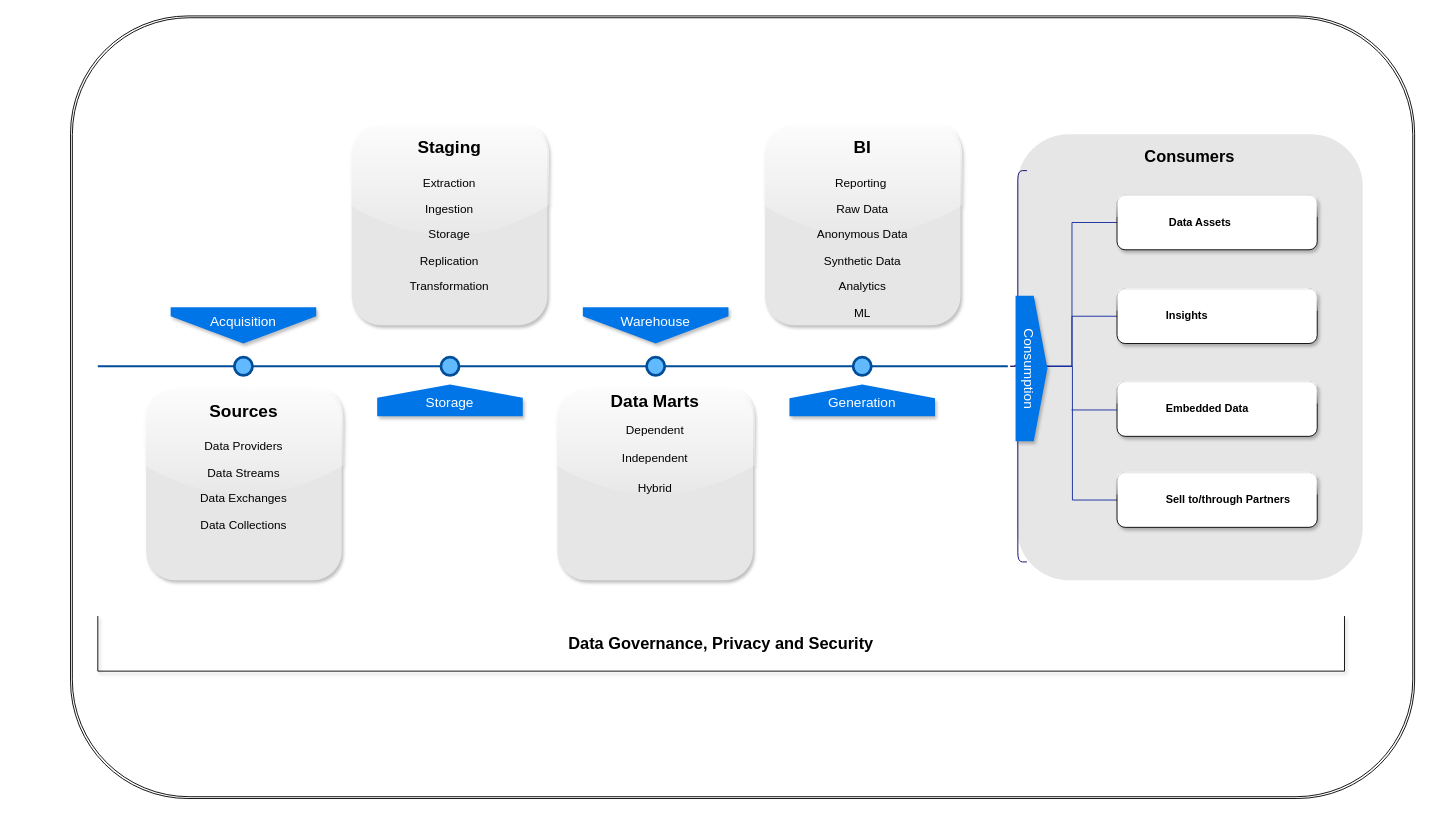
This is Untitled Diagram.drawio from axe360/datamonetisation, a draw.io file, before an edit. Source tidied: cells renumbered, new cells numbered last; positions are measured from the earlier drawing's top-left corner, leaving out a move shared by most shapes. Both pictures are drawn from the tidied source at 91%, with x=0, y=0 at pixel (70, 15).
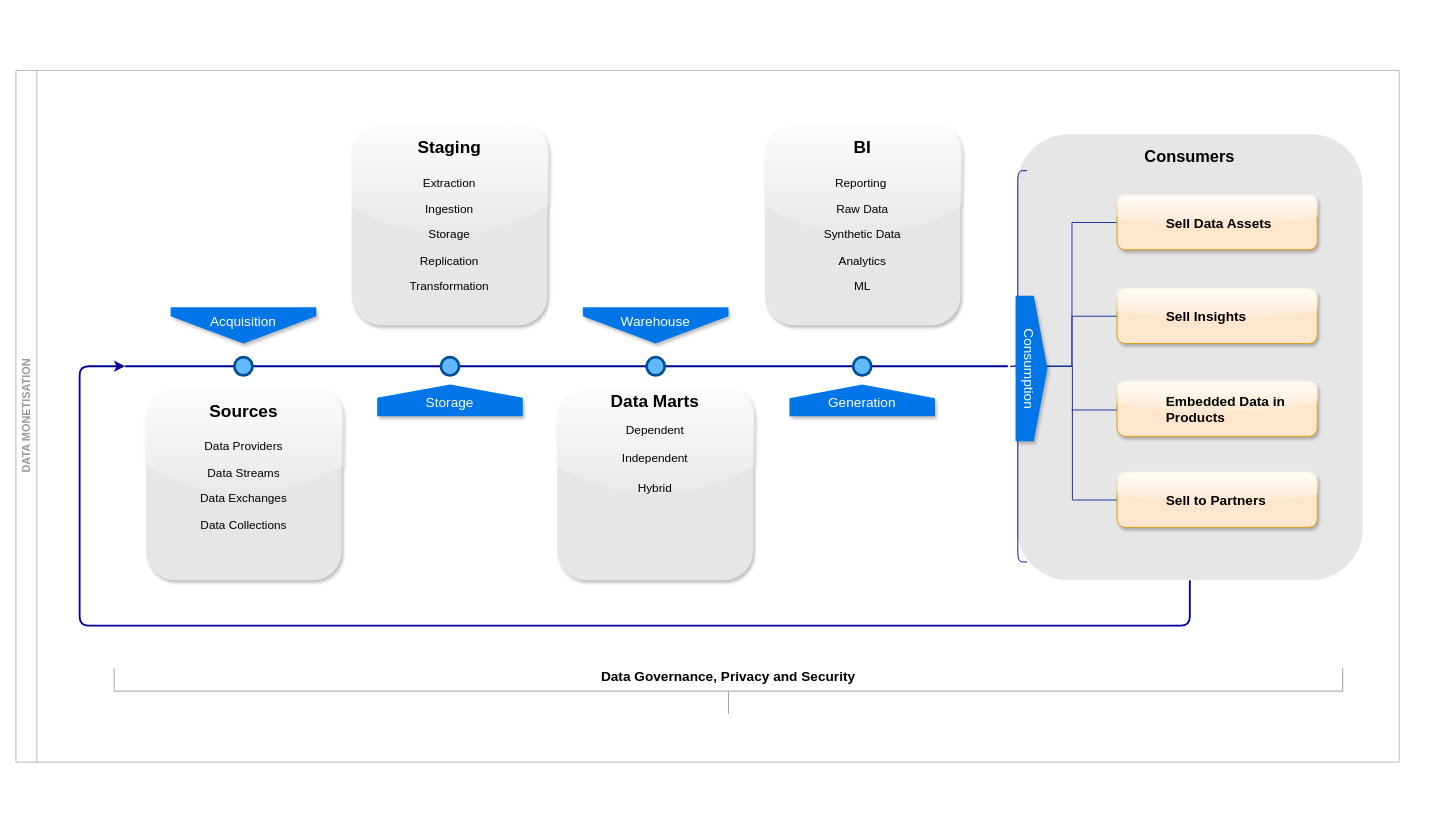
The same page after the edit.

Unchanged cells that the change refers to:
```xml
<mxCell id="3" value="&lt;h1&gt;&lt;font style=&quot;font-size: 18px;&quot;&gt;Consumers&lt;/font&gt;&lt;/h1&gt;" style="text;html=1;spacing=5;spacingTop=-20;whiteSpace=wrap;overflow=hidden;strokeColor=none;strokeWidth=3;fillColor=#E6E6E6;fontSize=13;fontColor=#000000;align=center;rounded=1;glass=0;shadow=0;" parent="1" vertex="1">
  <mxGeometry x="1040" y="130" width="380" height="490" as="geometry" />
</mxCell>
```

What changed in the source:
```diff
@@
-    <mxCell id="2" style="shape=ext;double=1;rounded=1;whiteSpace=wrap;html=1;" parent="1" vertex="1">
-      <mxGeometry width="1477" height="860" as="geometry" />
-    </mxCell>
+    <mxCell id="28" style="edgeStyle=orthogonalEdgeStyle;rounded=1;jettySize=auto;html=1;entryX=0;entryY=0.5;entryDx=0;entryDy=0;entryPerimeter=0;strokeWidth=2;strokeColor=#000099;" parent="1" edge="1" source="3" target="4">
+      <mxGeometry relative="1" as="geometry">
+        <Array as="points">
+          <mxPoint x="1230" y="670" />
+          <mxPoint x="10" y="670" />
+          <mxPoint x="10" y="385" />
+        </Array>
+      </mxGeometry>
+    </mxCell>
@@
-    <mxCell id="4" style="line;strokeWidth=2;html=1;fillColor=none;fontSize=28;fontColor=#004D99;strokeColor=#004D99;" parent="1" vertex="1">
-      <mxGeometry x="30" y="380" width="1000" height="10" as="geometry" />
+    <mxCell id="4" style="line;strokeWidth=2;html=1;fillColor=none;fontSize=28;fontColor=#004D99;strokeColor=#000099;" parent="1" vertex="1">
+      <mxGeometry x="60" y="380" width="970" height="10" as="geometry" />
     </mxCell>
@@
-    <mxCell id="16" value="&lt;h1&gt;&lt;font style=&quot;font-size: 19px;&quot;&gt;BI&lt;/font&gt;&lt;/h1&gt;&lt;p&gt;Reporting&amp;nbsp;&lt;/p&gt;&lt;p&gt;Raw Data&lt;/p&gt;&lt;p&gt;&lt;span style=&quot;background-color: initial;&quot;&gt;Anonymous Data&lt;/span&gt;&lt;/p&gt;&lt;p&gt;Synthetic Data&lt;/p&gt;&lt;p&gt;Analytics&lt;/p&gt;&lt;p&gt;ML&lt;/p&gt;" style="text;html=1;spacing=5;spacingTop=-20;whiteSpace=wrap;overflow=hidden;strokeColor=none;strokeWidth=3;fillColor=#E6E6E6;fontSize=13;fontColor=#000000;align=center;rounded=1;glass=1;shadow=1;" parent="1" vertex="1">
+    <mxCell id="16" value="&lt;h1&gt;&lt;font style=&quot;font-size: 19px;&quot;&gt;BI&lt;/font&gt;&lt;/h1&gt;&lt;p&gt;Reporting&amp;nbsp;&lt;/p&gt;&lt;p&gt;Raw Data&lt;/p&gt;&lt;p&gt;&lt;span style=&quot;background-color: initial;&quot;&gt;Synthetic Data&lt;/span&gt;&lt;br&gt;&lt;/p&gt;&lt;p&gt;Analytics&lt;/p&gt;&lt;p&gt;ML&lt;/p&gt;" style="text;html=1;spacing=5;spacingTop=-20;whiteSpace=wrap;overflow=hidden;strokeColor=none;strokeWidth=3;fillColor=#E6E6E6;fontSize=13;fontColor=#000000;align=center;rounded=1;glass=1;shadow=1;" parent="1" vertex="1">
       <mxGeometry x="763" y="120" width="215" height="220" as="geometry" />
     </mxCell>
@@
-    <mxCell id="18" value="&amp;nbsp;Data Assets" style="label;whiteSpace=wrap;html=1;glass=1;rounded=1;shadow=1;" parent="1" vertex="1">
+    <mxCell id="18" value="Sell Data Assets" style="label;whiteSpace=wrap;html=1;glass=1;rounded=1;shadow=1;fontSize=15;fillColor=#ffe6cc;strokeColor=#d79b00;" parent="1" vertex="1">
       <mxGeometry x="1150" y="197" width="220" height="60" as="geometry" />
     </mxCell>
@@
-    <mxCell id="20" value="Insights" style="label;whiteSpace=wrap;html=1;glass=1;rounded=1;shadow=1;" parent="1" vertex="1">
+    <mxCell id="20" value="Sell Insights" style="label;whiteSpace=wrap;html=1;glass=1;rounded=1;shadow=1;fontSize=15;fillColor=#ffe6cc;strokeColor=#d79b00;" parent="1" vertex="1">
       <mxGeometry x="1150" y="300" width="220" height="60" as="geometry" />
     </mxCell>
-    <mxCell id="21" value="Embedded Data" style="label;whiteSpace=wrap;html=1;glass=1;shadow=1;" parent="1" vertex="1">
+    <mxCell id="21" value="Embedded Data in Products" style="label;whiteSpace=wrap;html=1;glass=1;shadow=1;fontSize=15;fillColor=#ffe6cc;strokeColor=#d79b00;" parent="1" vertex="1">
       <mxGeometry x="1150" y="402" width="220" height="60" as="geometry" />
     </mxCell>
@@
-    <mxCell id="23" value="Sell to/through Partners" style="label;whiteSpace=wrap;html=1;glass=1;shadow=1;" parent="1" vertex="1">
+    <mxCell id="23" value="Sell to Partners" style="label;whiteSpace=wrap;html=1;glass=1;shadow=1;fontSize=15;fillColor=#ffe6cc;strokeColor=#d79b00;" parent="1" vertex="1">
       <mxGeometry x="1150" y="502" width="220" height="60" as="geometry" />
     </mxCell>
-    <mxCell id="24" style="shape=curlyBracket;whiteSpace=wrap;html=1;rounded=1;labelPosition=left;verticalLabelPosition=middle;align=right;verticalAlign=middle;hachureGap=4;fontFamily=Architects Daughter;fontSize=20;size=0.5;strokeColor=#000066;" parent="1" vertex="1">
+    <mxCell id="24" style="shape=curlyBracket;whiteSpace=wrap;html=1;rounded=1;labelPosition=left;verticalLabelPosition=middle;align=right;verticalAlign=middle;hachureGap=4;fontFamily=Architects Daughter;fontSize=20;size=0.5;strokeColor=#000099;" parent="1" vertex="1">
       <mxGeometry x="1031" y="170" width="20" height="430" as="geometry" />
     </mxCell>
@@
+    <mxCell id="29" value="&lt;h3&gt;&lt;br&gt;&lt;/h3&gt;" style="strokeWidth=1;html=1;shape=mxgraph.flowchart.annotation_2;align=left;labelPosition=right;rotation=-90;strokeColor=#999999;" parent="1" vertex="1">
+      <mxGeometry x="698" y="67" width="50" height="1350" as="geometry" />
+    </mxCell>
+    <mxCell id="30" value="DATA MONETISATION" style="swimlane;horizontal=0;whiteSpace=wrap;html=1;fontColor=#999999;strokeColor=#B3B3B3;" parent="1" vertex="1">
+      <mxGeometry x="-60" y="60" width="1520" height="760" as="geometry" />
+    </mxCell>
-    <mxCell id="27" value="&lt;font style=&quot;font-size: 18px;&quot;&gt;Data Governance, Privacy and Security&lt;/font&gt;" style="shape=partialRectangle;whiteSpace=wrap;html=1;bottom=1;right=1;left=1;top=0;fillColor=none;routingCenterX=-0.5;shadow=1;fontSize=14;fontStyle=1;" parent="1" vertex="1">
-      <mxGeometry x="30" y="660" width="1370" height="60" as="geometry" />
+    <mxCell id="27" value="Data Governance, Privacy and Security" style="text;strokeColor=none;align=center;fillColor=none;html=1;verticalAlign=middle;whiteSpace=wrap;rounded=0;fontSize=15;fontStyle=1;" parent="30" vertex="1">
+      <mxGeometry x="578.2" y="650" width="409.5" height="30" as="geometry" />
     </mxCell>
```
